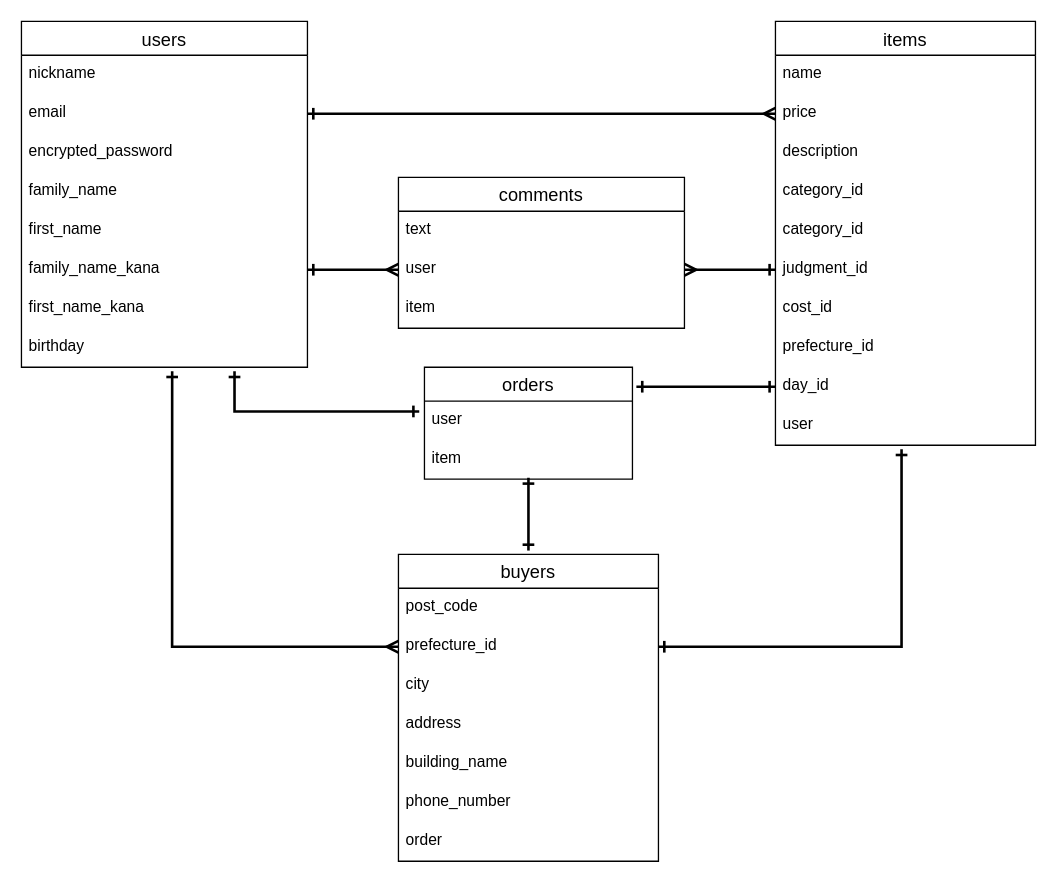
Before: furima.dio in Nakasee/furima-32987, a draw.io diagram. Source tidied: cells renumbered, new cells numbered last; positions are measured from the earlier drawing's top-left corner, leaving out a move shared by most shapes. Both pictures are drawn from the tidied source at 130%, with x=0, y=0 at pixel (21, 21).
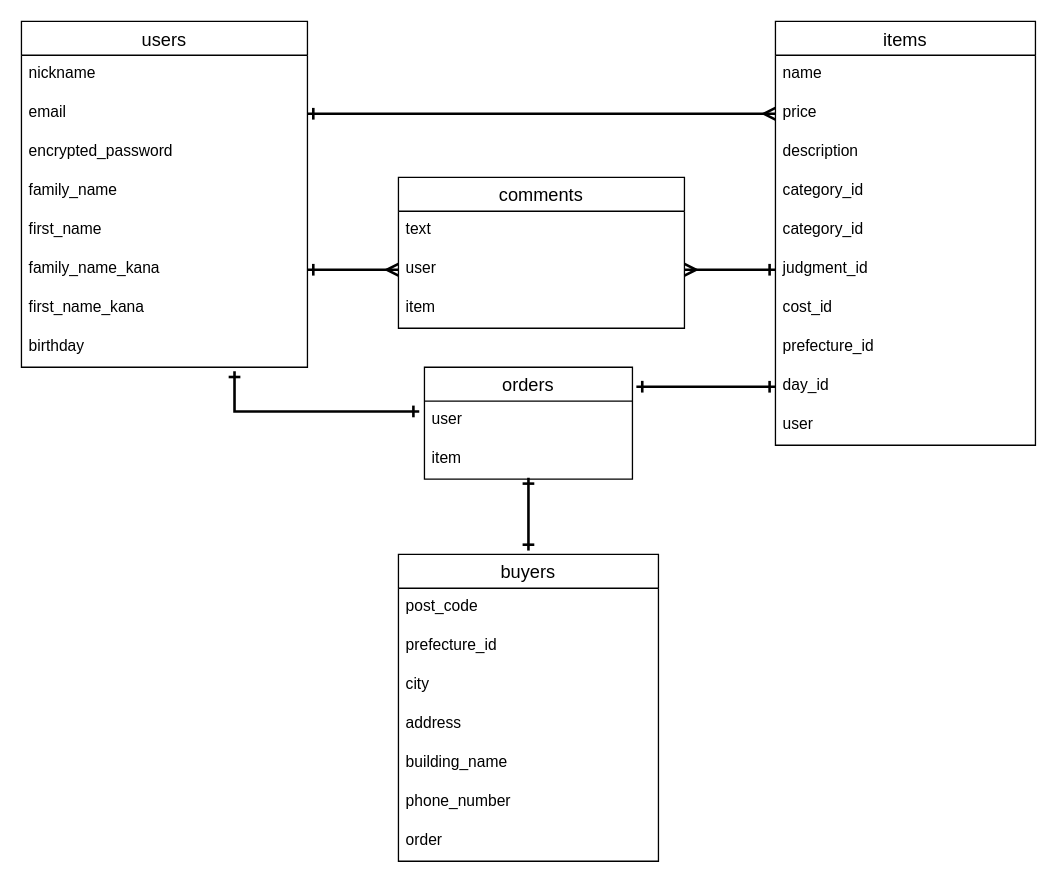
After the change.

Commit message (it also covers changes not shown here):
テーブル設計再訂正２

The change refers to these unchanged cells:
```xml
<mxCell id="10" value="birthday" style="text;strokeColor=none;fillColor=none;spacingLeft=4;spacingRight=4;overflow=hidden;points=[[0,0.5],[1,0.5]];portConstraint=eastwest;fontSize=12;" parent="2" vertex="1">
  <mxGeometry y="236" width="220" height="30" as="geometry" />
</mxCell>
<mxCell id="21" value="user" style="text;strokeColor=none;fillColor=none;spacingLeft=4;spacingRight=4;overflow=hidden;points=[[0,0.5],[1,0.5]];portConstraint=eastwest;fontSize=12;" parent="11" vertex="1">
  <mxGeometry y="296" width="200" height="30" as="geometry" />
</mxCell>
<mxCell id="29" value="prefecture_id" style="text;strokeColor=none;fillColor=none;spacingLeft=4;spacingRight=4;overflow=hidden;points=[[0,0.5],[1,0.5]];portConstraint=eastwest;fontSize=12;" parent="27" vertex="1">
  <mxGeometry y="56" width="200" height="30" as="geometry" />
</mxCell>
```

What changed in the source:
```diff
@@
-    <mxCell id="35" style="edgeStyle=orthogonalEdgeStyle;rounded=0;jettySize=auto;html=1;exitX=0.527;exitY=1.1;exitDx=0;exitDy=0;entryX=0;entryY=0.5;entryDx=0;entryDy=0;startArrow=ERone;startFill=0;endArrow=ERmany;endFill=0;strokeWidth=2;exitPerimeter=0;" parent="1" edge="1" source="10" target="29">
-      <mxGeometry relative="1" as="geometry">
-        <Array as="points">
-          <mxPoint x="116" y="481" />
-        </Array>
-      </mxGeometry>
-    </mxCell>
@@
-    <mxCell id="37" style="edgeStyle=orthogonalEdgeStyle;rounded=0;jettySize=auto;html=1;exitX=0.485;exitY=1.1;exitDx=0;exitDy=0;entryX=1;entryY=0.5;entryDx=0;entryDy=0;startArrow=ERone;startFill=0;endArrow=ERone;endFill=0;strokeWidth=2;exitPerimeter=0;" parent="1" edge="1" source="21" target="29">
-      <mxGeometry relative="1" as="geometry">
-        <Array as="points">
-          <mxPoint x="677" y="481" />
-        </Array>
-      </mxGeometry>
-    </mxCell>
```
